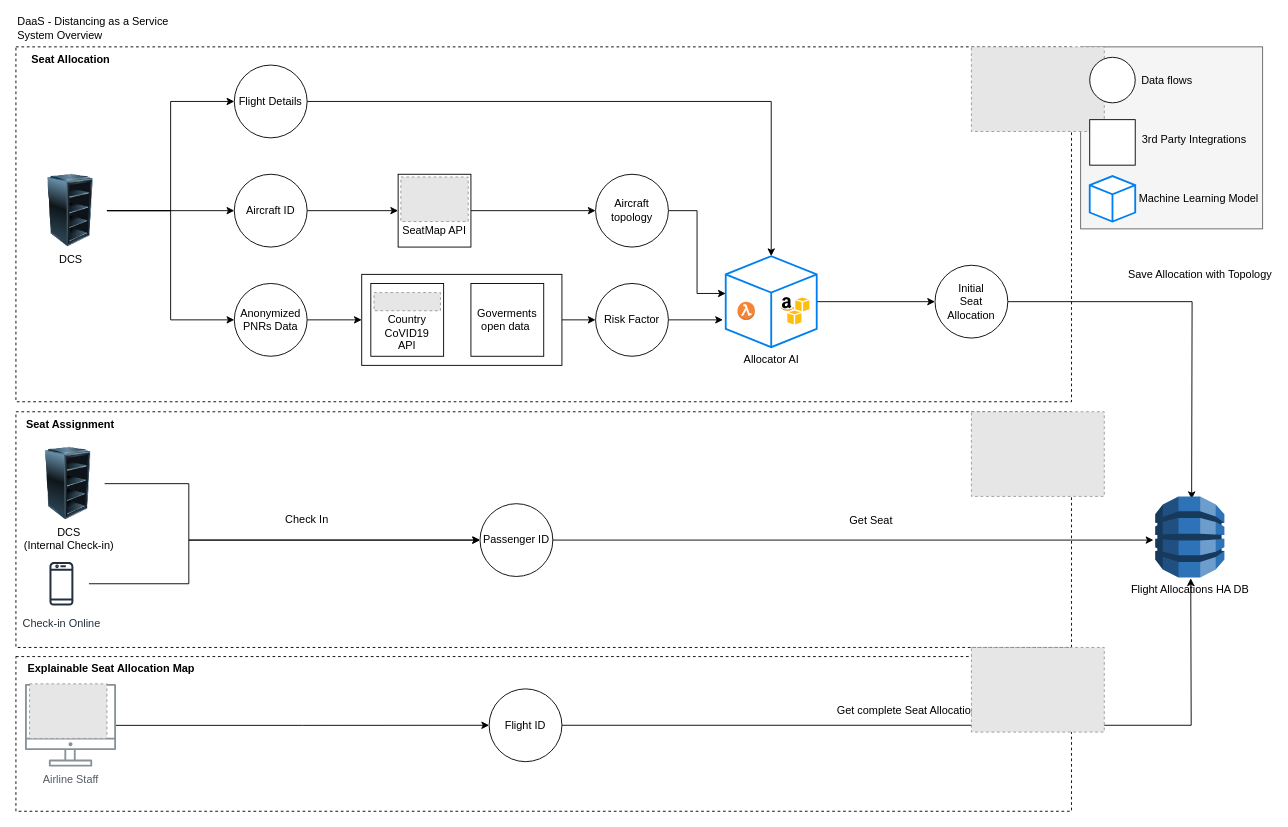
Before: page "Page-1" (1 of 2) of architecture/system-overview.drawio in brapifra/travelscrum-daas, a draw.io diagram. Source tidied: cells renumbered, new cells numbered last; positions are measured from the earlier drawing's top-left corner, leaving out a move shared by most shapes. Both pictures are drawn from the tidied source at 91%, with x=0, y=0 at pixel (15, 19). Pictures stored in the file or linked from it are replaced by grey dashed boxes.
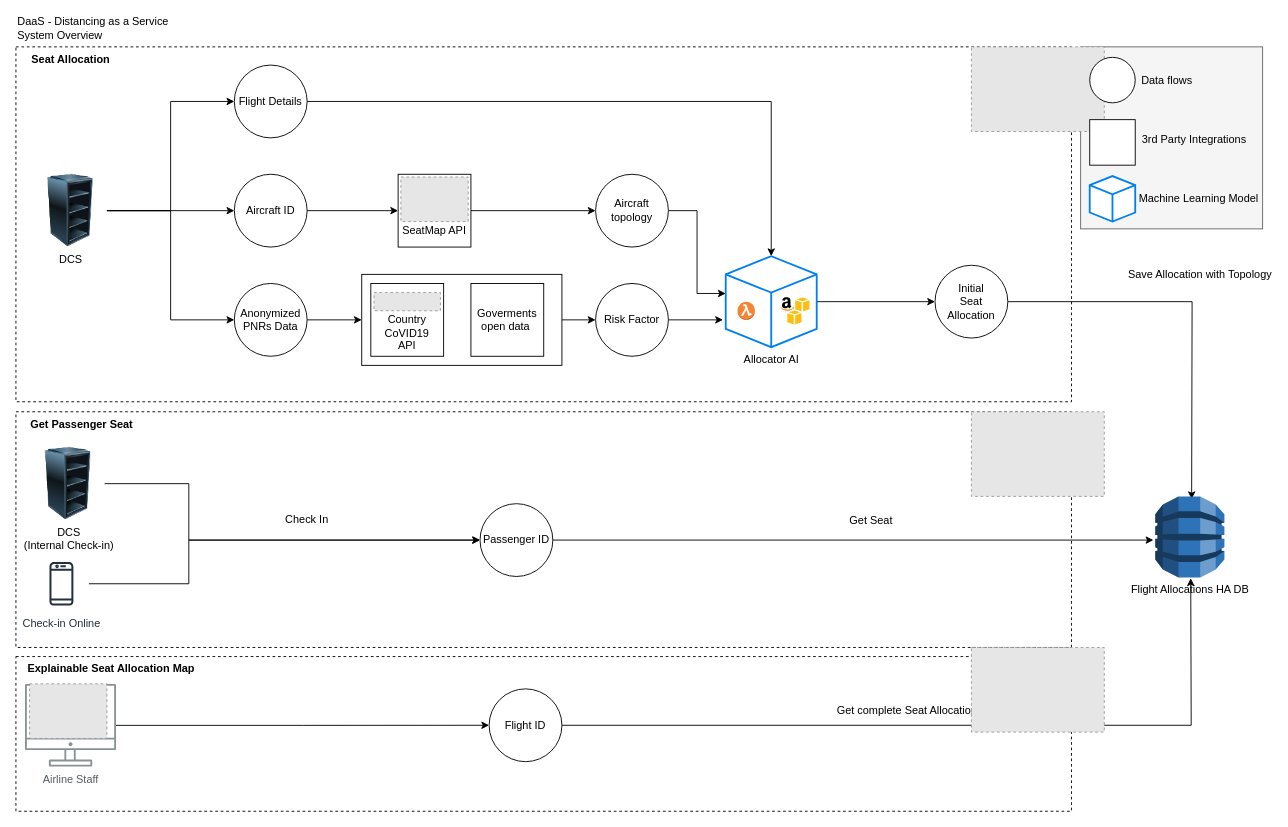
The same diagram, later.

What changed in the source:
```diff
@@
-    <mxCell id="58" value="Seat Assignment" style="text;html=1;strokeColor=none;fillColor=none;align=center;verticalAlign=middle;whiteSpace=wrap;rounded=0;fontStyle=1;" parent="1" vertex="1">
-      <mxGeometry x="5" y="431" width="110" height="28" as="geometry" />
+    <mxCell id="58" value="Get Passenger Seat" style="text;html=1;strokeColor=none;fillColor=none;align=center;verticalAlign=middle;whiteSpace=wrap;rounded=0;fontStyle=1;" parent="1" vertex="1">
+      <mxGeometry x="5" y="431" width="135" height="28" as="geometry" />
     </mxCell>
```
